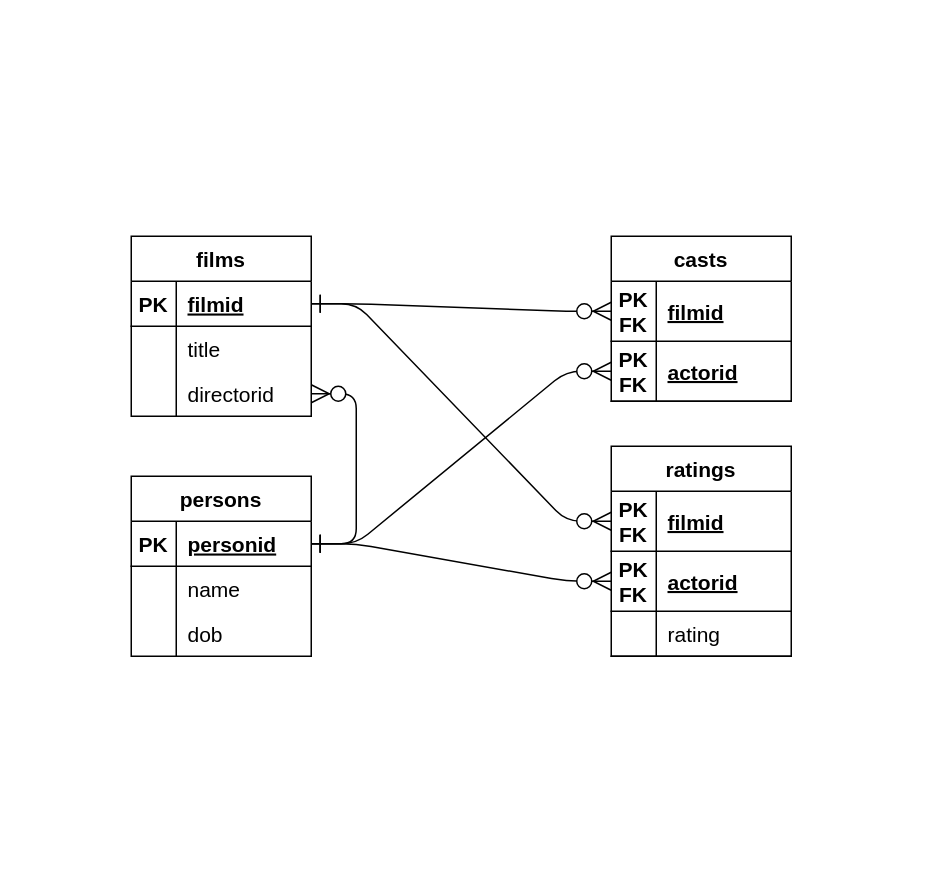
Above: ER start.drawio in gabrielbcn/grafanakube (draw.io), before the change. Source tidied: cells renumbered, new cells numbered last; positions are measured from the earlier drawing's top-left corner, leaving out a move shared by most shapes. Both pictures are drawn from the tidied source at 150%, with x=0, y=0 at pixel (130, 236).
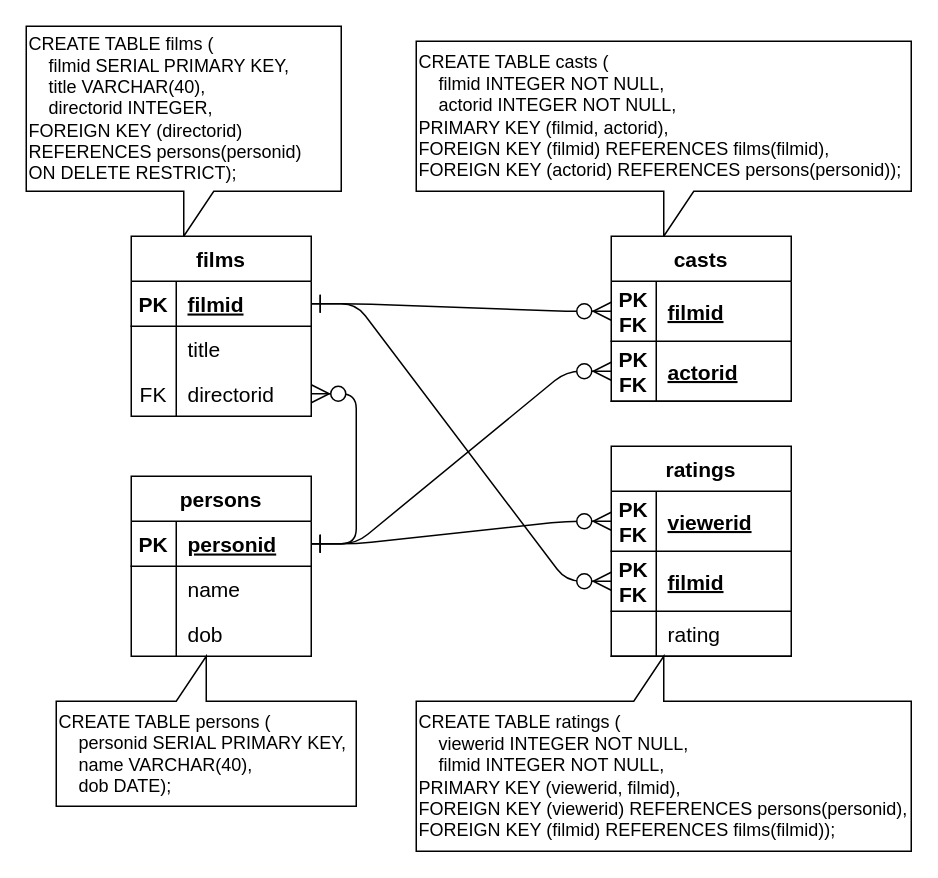
The same diagram, later.

Unchanged cells that the change refers to:
```xml
<mxCell id="6" style="shape=partialRectangle;fillColor=none;points=[[0,0.5],[1,0.5]];portConstraint=eastwest;top=0;left=0;right=0;bottom=1;fontSize=14;" parent="5" vertex="1">
  <mxGeometry y="30" width="120" height="30" as="geometry" />
</mxCell>
<mxCell id="16" style="shape=partialRectangle;fillColor=none;points=[[0,0.5],[1,0.5]];portConstraint=eastwest;top=0;left=0;right=0;bottom=1;fontSize=14;" parent="15" vertex="1">
  <mxGeometry y="30" width="120" height="30" as="geometry" />
</mxCell>
<mxCell id="22" style="shape=partialRectangle;fillColor=none;points=[[0,0.5],[1,0.5]];portConstraint=eastwest;top=0;left=0;right=0;bottom=0;fontSize=14;" parent="15" vertex="1">
  <mxGeometry y="90" width="120" height="30" as="geometry" />
</mxCell>
<mxCell id="25" value="casts" style="shape=table;startSize=30;childLayout=tableLayout;rowLines=0;fontStyle=1;align=center;fontSize=14;" parent="1" vertex="1">
  <mxGeometry x="320" width="120" height="110" as="geometry" />
</mxCell>
<mxCell id="33" style="shape=partialRectangle;fillColor=none;points=[[0,0.5],[1,0.5]];portConstraint=eastwest;top=0;left=0;right=0;bottom=1;fontSize=14;" parent="32" vertex="1">
  <mxGeometry y="30" width="120" height="40" as="geometry" />
</mxCell>
<mxCell id="36" style="shape=partialRectangle;fillColor=none;points=[[0,0.5],[1,0.5]];portConstraint=eastwest;top=0;left=0;right=0;bottom=1;fontSize=14;" parent="32" vertex="1">
  <mxGeometry y="70" width="120" height="40" as="geometry" />
</mxCell>
```

What changed in the source:
```diff
@@
+    <mxCell id="42" style="edgeStyle=entityRelationEdgeStyle;endArrow=ERzeroToMany;startArrow=ERone;endFill=1;startFill=0;strokeWidth=1;endSize=10;startSize=10;exitX=1;exitY=0.5;exitDx=0;exitDy=0;entryX=0;entryY=0.5;entryDx=0;entryDy=0;" parent="1" edge="1" source="16" target="36">
+      <mxGeometry relative="1" as="geometry" />
+    </mxCell>
+    <mxCell id="43" style="edgeStyle=entityRelationEdgeStyle;endArrow=ERzeroToMany;startArrow=ERone;endFill=1;startFill=0;strokeWidth=1;endSize=10;startSize=10;exitX=1;exitY=0.5;exitDx=0;exitDy=0;entryX=0;entryY=0.5;entryDx=0;entryDy=0;" parent="1" edge="1" source="6" target="33">
+      <mxGeometry relative="1" as="geometry" />
+    </mxCell>
+    <mxCell id="44" value="CREATE TABLE films (&lt;br&gt;    filmid SERIAL PRIMARY KEY,&lt;br&gt;    title VARCHAR(40),&lt;br&gt;    directorid INTEGER,&lt;br&gt;FOREIGN KEY (directorid) REFERENCES persons(personid)&lt;br&gt;ON DELETE RESTRICT);" style="shape=callout;perimeter=calloutPerimeter;align=left;whiteSpace=wrap;html=1;" parent="1" vertex="1">
+      <mxGeometry x="-70" y="-140" width="210" height="140" as="geometry" />
+    </mxCell>
+    <mxCell id="45" value="CREATE TABLE persons (&lt;br&gt;&amp;nbsp; &amp;nbsp; personid SERIAL PRIMARY KEY,&lt;br&gt;&lt;div&gt;&amp;nbsp; &amp;nbsp; name VARCHAR(40),&lt;/div&gt;&lt;div&gt;&amp;nbsp; &amp;nbsp; dob DATE);&lt;/div&gt;" style="shape=callout;whiteSpace=wrap;html=1;perimeter=calloutPerimeter;position2=0.5;direction=west;align=left;" parent="1" vertex="1">
+      <mxGeometry x="-50" y="280" width="200" height="100" as="geometry" />
+    </mxCell>
+    <mxCell id="46" value="CREATE TABLE casts (&lt;br&gt;&amp;nbsp; &amp;nbsp; filmid INTEGER NOT NULL,&lt;br&gt;&amp;nbsp; &amp;nbsp; actorid INTEGER NOT NULL,&lt;br&gt;PRIMARY KEY (filmid, actorid),&lt;br&gt;FOREIGN KEY (filmid) REFERENCES films(filmid),&lt;br&gt;&lt;div&gt;FOREIGN KEY (actorid) REFERENCES persons(personid));&lt;/div&gt;" style="shape=callout;whiteSpace=wrap;html=1;perimeter=calloutPerimeter;align=left;" parent="1" vertex="1">
+      <mxGeometry x="190" y="-130" width="330" height="130" as="geometry" />
+    </mxCell>
+    <mxCell id="47" value="CREATE TABLE ratings (&lt;br&gt;&amp;nbsp; &amp;nbsp; viewerid INTEGER NOT NULL,&lt;br&gt;&amp;nbsp; &amp;nbsp; filmid INTEGER NOT NULL,&lt;br&gt;PRIMARY KEY (viewerid, filmid),&lt;br&gt;FOREIGN KEY (viewerid) REFERENCES persons(personid),&lt;br&gt;FOREIGN KEY (filmid) REFERENCES films(filmid));" style="shape=callout;whiteSpace=wrap;html=1;perimeter=calloutPerimeter;direction=west;align=left;" parent="1" vertex="1">
+      <mxGeometry x="190" y="280" width="330" height="130" as="geometry" />
+    </mxCell>
@@
-    <mxCell id="23" style="shape=partialRectangle;overflow=hidden;fillColor=none;top=0;left=0;bottom=0;right=0;fontSize=14;" parent="22" vertex="1">
+    <mxCell id="23" value="FK" style="shape=partialRectangle;overflow=hidden;fillColor=none;top=0;left=0;bottom=0;right=0;fontSize=14;" parent="22" vertex="1">
       <mxGeometry width="30" height="30" as="geometry" />
     </mxCell>
@@
-    <mxCell id="26" style="shape=partialRectangle;fillColor=none;points=[[0,0.5],[1,0.5]];portConstraint=eastwest;top=0;left=0;right=0;bottom=1;fontSize=14;" parent="25" vertex="1">
+    <mxCell id="26" style="shape=partialRectangle;fillColor=none;points=[[0,0.5],[1,0.5]];portConstraint=eastwest;top=0;left=0;right=0;bottom=1;fontSize=14;fontStyle=1;" parent="25" vertex="1">
       <mxGeometry y="30" width="120" height="40" as="geometry" />
     </mxCell>
@@
-    <mxCell id="35" value="filmid" style="shape=partialRectangle;overflow=hidden;fillColor=none;top=0;left=0;bottom=0;right=0;align=left;spacingLeft=6;fontStyle=5;fontSize=14;" parent="33" vertex="1">
+    <mxCell id="35" value="viewerid" style="shape=partialRectangle;overflow=hidden;fillColor=none;top=0;left=0;bottom=0;right=0;align=left;spacingLeft=6;fontStyle=5;fontSize=14;" parent="33" vertex="1">
       <mxGeometry x="30" width="90" height="40" as="geometry" />
     </mxCell>
@@
-    <mxCell id="38" value="actorid" style="shape=partialRectangle;overflow=hidden;fillColor=none;top=0;left=0;bottom=0;right=0;align=left;spacingLeft=6;fontStyle=5;fontSize=14;" parent="36" vertex="1">
+    <mxCell id="38" value="filmid" style="shape=partialRectangle;overflow=hidden;fillColor=none;top=0;left=0;bottom=0;right=0;align=left;spacingLeft=6;fontStyle=5;fontSize=14;" parent="36" vertex="1">
       <mxGeometry x="30" width="90" height="40" as="geometry" />
     </mxCell>
@@
-    <mxCell id="42" style="edgeStyle=entityRelationEdgeStyle;endArrow=ERzeroToMany;startArrow=ERone;endFill=1;startFill=0;strokeWidth=1;endSize=10;startSize=10;exitX=1;exitY=0.5;exitDx=0;exitDy=0;entryX=0;entryY=0.5;entryDx=0;entryDy=0;" parent="1" edge="1" source="16" target="33">
-      <mxGeometry relative="1" as="geometry" />
-    </mxCell>
-    <mxCell id="43" style="edgeStyle=entityRelationEdgeStyle;endArrow=ERzeroToMany;startArrow=ERone;endFill=1;startFill=0;strokeWidth=1;endSize=10;startSize=10;exitX=1;exitY=0.5;exitDx=0;exitDy=0;entryX=0;entryY=0.5;entryDx=0;entryDy=0;" parent="1" edge="1" source="6" target="36">
-      <mxGeometry relative="1" as="geometry" />
-    </mxCell>
```
